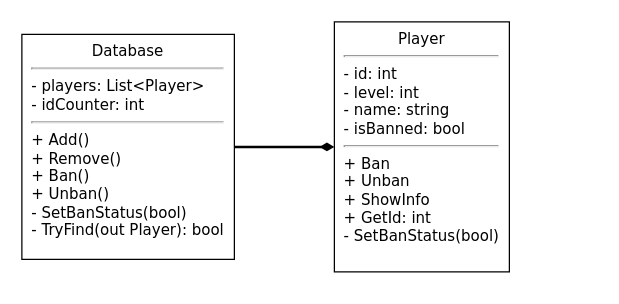
This is page "База Данных Игроков" (1 of 2) of Диаграмма без названия.drawio from GigaOrts/UML-IJunior, a draw.io file, before an edit. Source tidied: cells renumbered, new cells numbered last; positions are measured from the earlier drawing's top-left corner, leaving out a move shared by most shapes. Both pictures are drawn from the tidied source at 125%, with x=0, y=0 at pixel (21, 21).
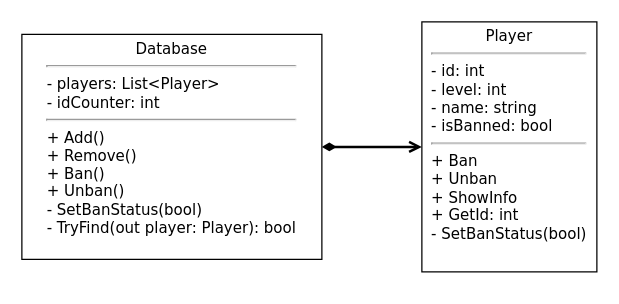
After the change.

Change to the diagram source:
```diff
@@
 <mxGraphModel>
   <root>
     <mxCell id="0" />
     <mxCell id="1" parent="0" />
-    <mxCell id="2" value="&lt;font face=&quot;Verdana&quot;&gt;Player&lt;br&gt;&lt;/font&gt;&lt;hr&gt;&lt;div style=&quot;text-align: left;&quot;&gt;&lt;font face=&quot;Verdana&quot;&gt;- id: int&lt;/font&gt;&lt;/div&gt;&lt;div style=&quot;text-align: left;&quot;&gt;&lt;font face=&quot;Verdana&quot;&gt;- level: int&lt;/font&gt;&lt;/div&gt;&lt;div style=&quot;text-align: left;&quot;&gt;&lt;font face=&quot;Verdana&quot;&gt;- name: string&lt;/font&gt;&lt;/div&gt;&lt;div style=&quot;text-align: left;&quot;&gt;&lt;font face=&quot;Verdana&quot;&gt;- isBanned: bool&lt;/font&gt;&lt;/div&gt;&lt;div style=&quot;text-align: left;&quot;&gt;&lt;hr&gt;&lt;/div&gt;&lt;div style=&quot;text-align: left;&quot;&gt;&lt;font face=&quot;Verdana&quot;&gt;&lt;span style=&quot;background-color: initial;&quot;&gt;+ Ban&lt;/span&gt;&lt;br&gt;&lt;/font&gt;&lt;/div&gt;&lt;div style=&quot;text-align: left;&quot;&gt;&lt;font face=&quot;Verdana&quot;&gt;+ Unban&lt;/font&gt;&lt;/div&gt;&lt;div style=&quot;text-align: left;&quot;&gt;&lt;font face=&quot;Verdana&quot;&gt;+ ShowInfo&lt;/font&gt;&lt;/div&gt;&lt;div style=&quot;text-align: left;&quot;&gt;&lt;font face=&quot;Verdana&quot;&gt;+ GetId: int&lt;/font&gt;&lt;/div&gt;&lt;div style=&quot;text-align: left;&quot;&gt;&lt;font face=&quot;Verdana&quot;&gt;- SetBanStatus(bool)&lt;/font&gt;&lt;/div&gt;" style="rounded=0;whiteSpace=wrap;html=1;align=center;verticalAlign=top;" parent="1" vertex="1">
-      <mxGeometry x="250" width="140" height="200" as="geometry" />
+    <mxCell id="2" value="&lt;font face=&quot;Verdana&quot;&gt;Player&lt;br&gt;&lt;/font&gt;&lt;hr&gt;&lt;div style=&quot;text-align: left;&quot;&gt;&lt;font face=&quot;Verdana&quot;&gt;- id: int&lt;/font&gt;&lt;/div&gt;&lt;div style=&quot;text-align: left;&quot;&gt;&lt;font face=&quot;Verdana&quot;&gt;- level: int&lt;/font&gt;&lt;/div&gt;&lt;div style=&quot;text-align: left;&quot;&gt;&lt;font face=&quot;Verdana&quot;&gt;- name: string&lt;/font&gt;&lt;/div&gt;&lt;div style=&quot;text-align: left;&quot;&gt;&lt;font face=&quot;Verdana&quot;&gt;- isBanned: bool&lt;/font&gt;&lt;/div&gt;&lt;div style=&quot;text-align: left;&quot;&gt;&lt;hr&gt;&lt;/div&gt;&lt;div style=&quot;text-align: left;&quot;&gt;&lt;font face=&quot;Verdana&quot;&gt;&lt;span style=&quot;background-color: initial;&quot;&gt;+ Ban&lt;/span&gt;&lt;br&gt;&lt;/font&gt;&lt;/div&gt;&lt;div style=&quot;text-align: left;&quot;&gt;&lt;font face=&quot;Verdana&quot;&gt;+ Unban&lt;/font&gt;&lt;/div&gt;&lt;div style=&quot;text-align: left;&quot;&gt;&lt;font face=&quot;Verdana&quot;&gt;+ ShowInfo&lt;/font&gt;&lt;/div&gt;&lt;div style=&quot;text-align: left;&quot;&gt;&lt;font face=&quot;Verdana&quot;&gt;+ GetId: int&lt;/font&gt;&lt;/div&gt;&lt;div style=&quot;text-align: left;&quot;&gt;&lt;font face=&quot;Verdana&quot;&gt;- SetBanStatus(bool)&lt;/font&gt;&lt;/div&gt;" style="rounded=0;whiteSpace=wrap;html=1;align=center;verticalAlign=top;spacing=0;" parent="1" vertex="1">
+      <mxGeometry x="320" width="140" height="200" as="geometry" />
     </mxCell>
-    <mxCell id="3" style="edgeStyle=orthogonalEdgeStyle;rounded=0;jettySize=auto;html=1;exitX=1;exitY=0.5;exitDx=0;exitDy=0;entryX=0;entryY=0.5;entryDx=0;entryDy=0;endArrow=diamondThin;endFill=1;sourcePerimeterSpacing=0;strokeWidth=2;startArrow=none;startFill=0;" parent="1" edge="1" source="4" target="2">
+    <mxCell id="3" style="edgeStyle=orthogonalEdgeStyle;jettySize=auto;html=1;exitX=1;exitY=0.5;exitDx=0;exitDy=0;entryX=0;entryY=0.5;entryDx=0;entryDy=0;endArrow=open;endFill=0;sourcePerimeterSpacing=0;strokeWidth=2;startArrow=diamondThin;startFill=1;jumpSize=6;rounded=0;strokeColor=default;" parent="1" edge="1" source="4" target="2">
       <mxGeometry relative="1" as="geometry" />
     </mxCell>
-    <mxCell id="4" value="&lt;span style=&quot;font-family: Verdana; background-color: initial;&quot;&gt;Database&lt;/span&gt;&lt;br&gt;&lt;hr style=&quot;background-color: initial;&quot;&gt;&lt;span style=&quot;font-family: Verdana; background-color: initial;&quot;&gt;&lt;div style=&quot;text-align: left;&quot;&gt;&lt;span style=&quot;background-color: initial;&quot;&gt;- players: List&amp;lt;Player&amp;gt;&lt;/span&gt;&lt;/div&gt;&lt;div style=&quot;text-align: left;&quot;&gt;&lt;span style=&quot;background-color: initial;&quot;&gt;- idCounter: int&lt;/span&gt;&lt;/div&gt;&lt;/span&gt;&lt;hr style=&quot;text-align: left; background-color: initial;&quot;&gt;&lt;span style=&quot;background-color: initial; font-family: Verdana;&quot;&gt;&lt;div style=&quot;text-align: left;&quot;&gt;&lt;span style=&quot;background-color: initial;&quot;&gt;+ Add()&lt;/span&gt;&lt;/div&gt;&lt;/span&gt;&lt;span style=&quot;font-family: Verdana; background-color: initial;&quot;&gt;&lt;div style=&quot;text-align: left;&quot;&gt;&lt;span style=&quot;background-color: initial;&quot;&gt;+ Remove()&lt;/span&gt;&lt;/div&gt;&lt;/span&gt;&lt;span style=&quot;font-family: Verdana; background-color: initial;&quot;&gt;&lt;div style=&quot;text-align: left;&quot;&gt;&lt;span style=&quot;background-color: initial;&quot;&gt;+ Ban()&lt;/span&gt;&lt;/div&gt;&lt;/span&gt;&lt;span style=&quot;font-family: Verdana; background-color: initial;&quot;&gt;&lt;div style=&quot;text-align: left;&quot;&gt;&lt;span style=&quot;background-color: initial;&quot;&gt;+ Unban()&lt;/span&gt;&lt;/div&gt;&lt;/span&gt;&lt;span style=&quot;font-family: Verdana; background-color: initial;&quot;&gt;&lt;div style=&quot;text-align: left;&quot;&gt;&lt;span style=&quot;background-color: initial;&quot;&gt;- SetBanStatus(bool)&lt;/span&gt;&lt;/div&gt;&lt;/span&gt;&lt;div style=&quot;text-align: left;&quot;&gt;&lt;font face=&quot;Verdana&quot;&gt;- TryFind(out Player): bool&lt;/font&gt;&lt;/div&gt;" style="rounded=0;whiteSpace=wrap;html=1;align=center;verticalAlign=top;" parent="1" vertex="1">
-      <mxGeometry y="10" width="170" height="180" as="geometry" />
+    <mxCell id="4" value="&lt;span style=&quot;font-family: Verdana; background-color: initial;&quot;&gt;Database&lt;/span&gt;&lt;br&gt;&lt;hr style=&quot;background-color: initial;&quot;&gt;&lt;span style=&quot;font-family: Verdana; background-color: initial;&quot;&gt;&lt;div style=&quot;text-align: left;&quot;&gt;&lt;span style=&quot;background-color: initial;&quot;&gt;- players: List&amp;lt;Player&amp;gt;&lt;/span&gt;&lt;/div&gt;&lt;div style=&quot;text-align: left;&quot;&gt;&lt;span style=&quot;background-color: initial;&quot;&gt;- idCounter: int&lt;/span&gt;&lt;/div&gt;&lt;/span&gt;&lt;hr style=&quot;text-align: left; background-color: initial;&quot;&gt;&lt;span style=&quot;background-color: initial; font-family: Verdana;&quot;&gt;&lt;div style=&quot;text-align: left;&quot;&gt;&lt;span style=&quot;background-color: initial;&quot;&gt;+ Add()&lt;/span&gt;&lt;/div&gt;&lt;/span&gt;&lt;span style=&quot;font-family: Verdana; background-color: initial;&quot;&gt;&lt;div style=&quot;text-align: left;&quot;&gt;&lt;span style=&quot;background-color: initial;&quot;&gt;+ Remove()&lt;/span&gt;&lt;/div&gt;&lt;/span&gt;&lt;span style=&quot;font-family: Verdana; background-color: initial;&quot;&gt;&lt;div style=&quot;text-align: left;&quot;&gt;&lt;span style=&quot;background-color: initial;&quot;&gt;+ Ban()&lt;/span&gt;&lt;/div&gt;&lt;/span&gt;&lt;span style=&quot;font-family: Verdana; background-color: initial;&quot;&gt;&lt;div style=&quot;text-align: left;&quot;&gt;&lt;span style=&quot;background-color: initial;&quot;&gt;+ Unban()&lt;/span&gt;&lt;/div&gt;&lt;/span&gt;&lt;span style=&quot;font-family: Verdana; background-color: initial;&quot;&gt;&lt;div style=&quot;text-align: left;&quot;&gt;&lt;span style=&quot;background-color: initial;&quot;&gt;- SetBanStatus(bool)&lt;/span&gt;&lt;/div&gt;&lt;/span&gt;&lt;div style=&quot;text-align: left;&quot;&gt;&lt;font face=&quot;Verdana&quot;&gt;- TryFind(out player: Player): bool&lt;br&gt;&lt;/font&gt;&lt;/div&gt;" style="rounded=0;whiteSpace=wrap;html=1;align=center;verticalAlign=top;spacing=0;" parent="1" vertex="1">
+      <mxGeometry y="10" width="240" height="180" as="geometry" />
     </mxCell>
     <mxCell id="5" style="edgeStyle=orthogonalEdgeStyle;rounded=0;orthogonalLoop=1;jettySize=auto;html=1;exitX=0.5;exitY=1;exitDx=0;exitDy=0;" parent="1" edge="1" source="2" target="2">
       <mxGeometry relative="1" as="geometry" />
     </mxCell>
   </root>
 </mxGraphModel>
```
